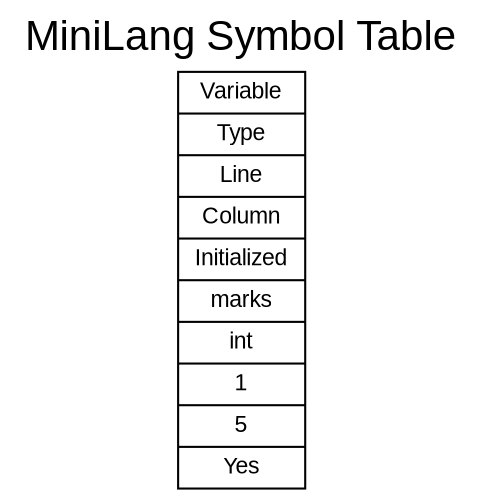
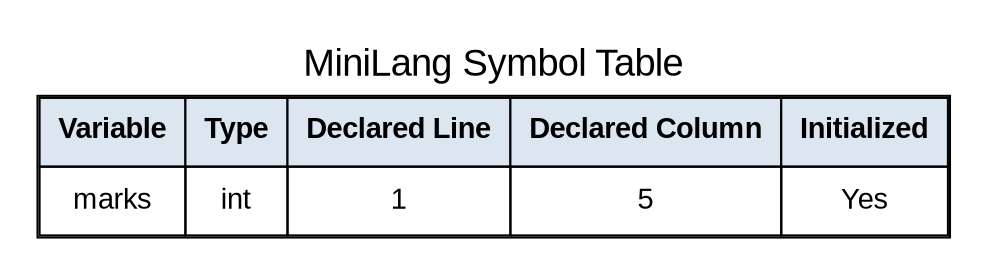
digraph SymbolTable {
    rankdir=TB;

    graph [
        label="MiniLang Symbol Table",
        labelloc="t",
-         fontsize=20,
+         fontsize=18,
+         fontname="Arial",
+         pad=0.20,
+         margin=0.05
+     ];
+ 
+     node [
+         shape=plain,
        fontname="Arial"
    ];

-     node [
-         shape=record,
-         fontname="Arial",
-         fontsize=11
+     symbol_table [
+         label=<
+             <TABLE BORDER="1" CELLBORDER="1" CELLSPACING="0" CELLPADDING="8">
+ 
+                 <TR>
+                     <TD BGCOLOR="#DCE6F1"><B>Variable</B></TD>
+                     <TD BGCOLOR="#DCE6F1"><B>Type</B></TD>
+                     <TD BGCOLOR="#DCE6F1"><B>Declared Line</B></TD>
+                     <TD BGCOLOR="#DCE6F1"><B>Declared Column</B></TD>
+                     <TD BGCOLOR="#DCE6F1"><B>Initialized</B></TD>
+                 </TR>
+ 
+                 <TR>
+                     <TD>marks</TD>
+                     <TD>int</TD>
+                     <TD>1</TD>
+                     <TD>5</TD>
+                     <TD>Yes</TD>
+                 </TR>
+ 
+             </TABLE>
+         >
    ];
- 
-     symbol_table [label="{Variable | Type | Line | Column | Initialized|marks | int | 1 | 5 | Yes}"];
}